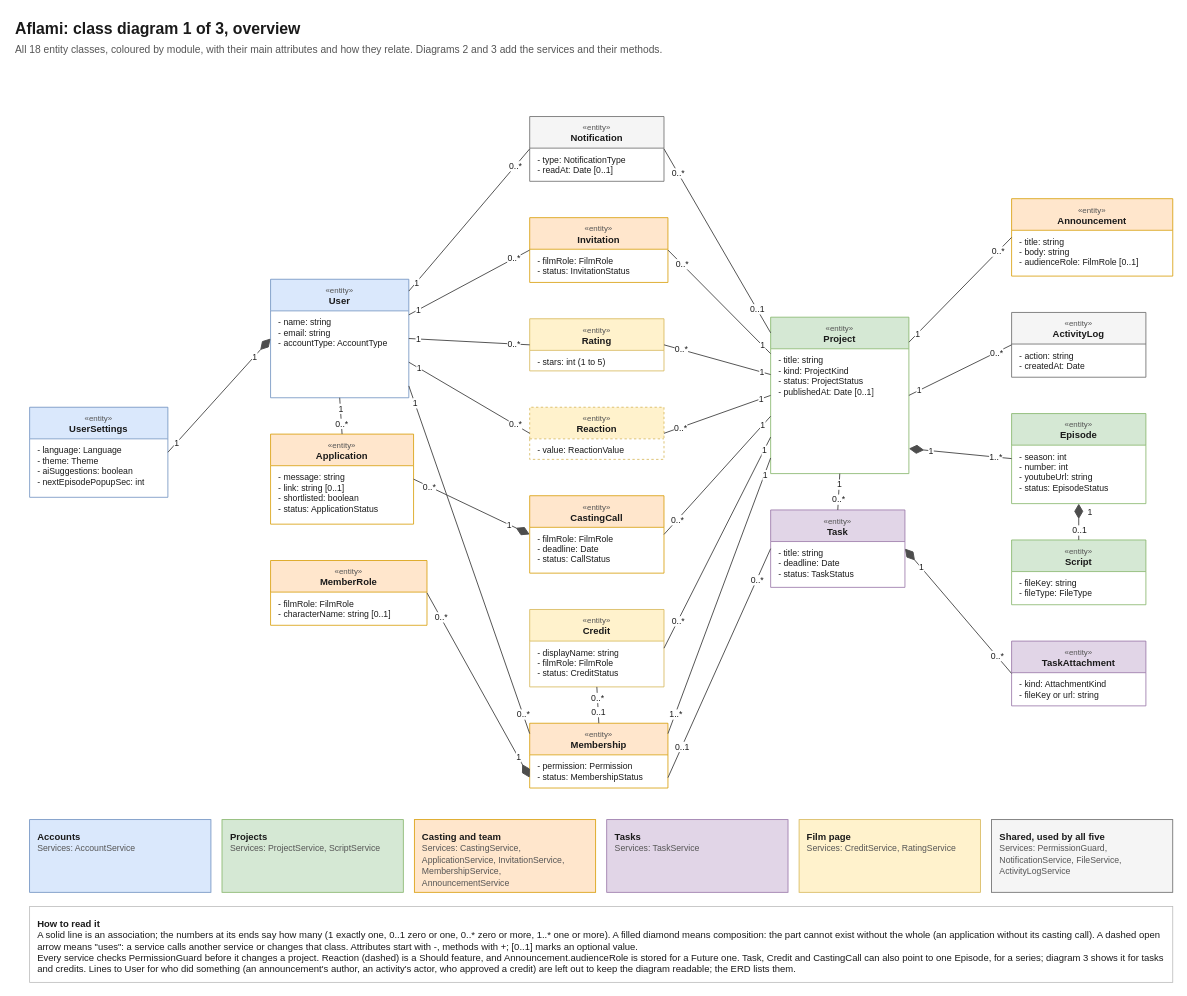
This is design/diagrams/Aflami_Class_Diagram.drawio from Anas-Azib/Aflami, a draw.io file, before an edit. Source tidied: cells renumbered, new cells numbered last; positions are measured from the earlier drawing's top-left corner, leaving out a move shared by most shapes. Both pictures are drawn from the tidied source at 79%, with x=0, y=0 at pixel (13, 13).
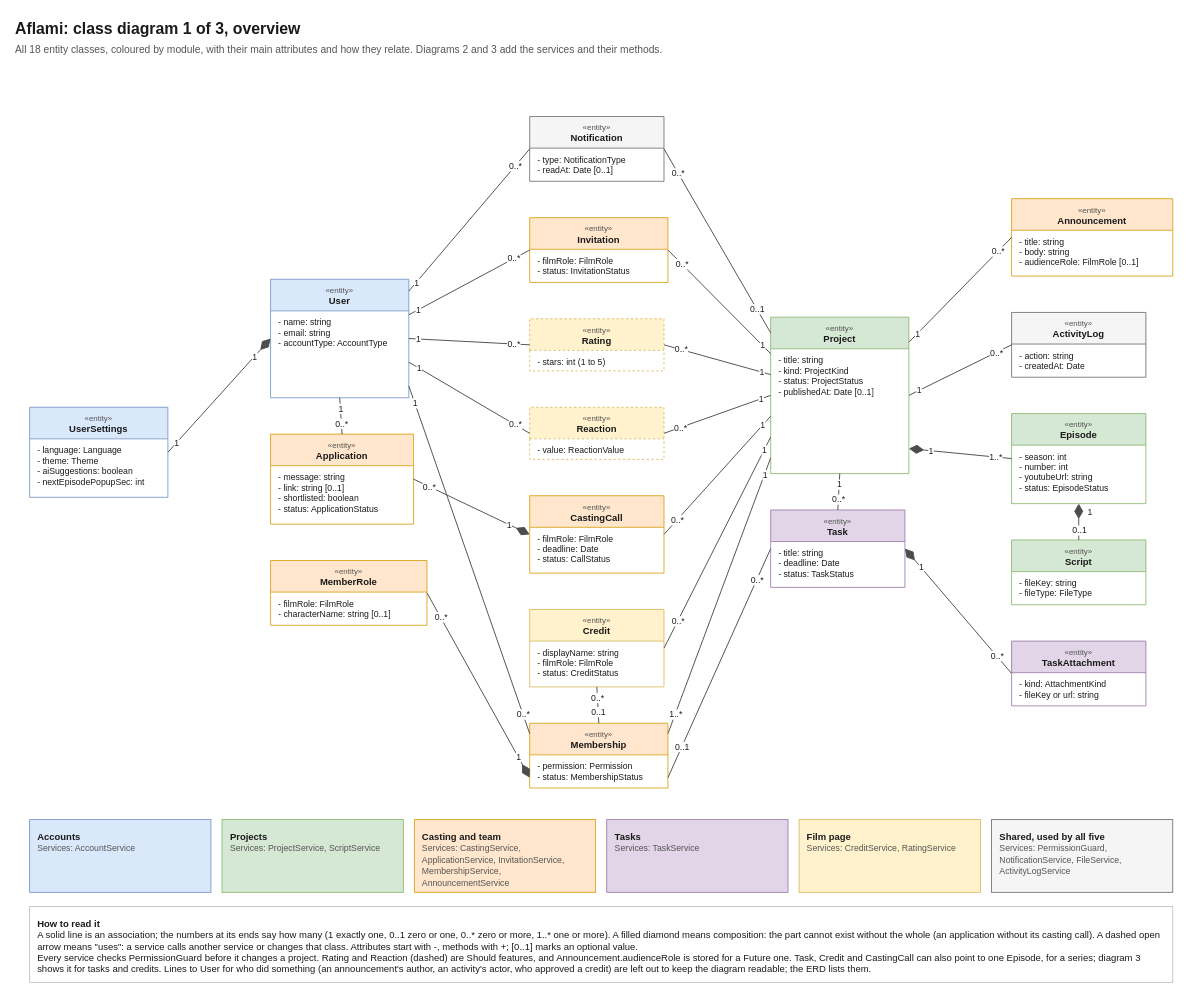
After the change.

What changed in the source:
```diff
@@
-    <mxCell id="35" value="&lt;font style=&quot;font-size: 10px;&quot; color=&quot;#555555&quot;&gt;«entity»&lt;/font&gt;&lt;br&gt;&lt;b&gt;Rating&lt;/b&gt;" style="swimlane;fontStyle=0;align=center;verticalAlign=top;horizontal=1;startSize=40;whiteSpace=wrap;html=1;fillColor=#FFF2CC;strokeColor=#D6B656;swimlaneFillColor=#FFFFFF;fontSize=12;fontColor=#1A1A1A;" parent="1" vertex="1">
+    <mxCell id="35" value="&lt;font style=&quot;font-size: 10px;&quot; color=&quot;#555555&quot;&gt;«entity»&lt;/font&gt;&lt;br&gt;&lt;b&gt;Rating&lt;/b&gt;" style="swimlane;fontStyle=0;align=center;verticalAlign=top;horizontal=1;startSize=40;whiteSpace=wrap;html=1;fillColor=#FFF2CC;strokeColor=#D6B656;swimlaneFillColor=#FFFFFF;fontSize=12;fontColor=#1A1A1A;dashed=1;" parent="1" vertex="1">
       <mxGeometry x="653" y="386" width="170" height="66" as="geometry" />
     </mxCell>
@@
-    <mxCell id="117" value="&lt;b&gt;How to read it&lt;/b&gt;&lt;br&gt;A solid line is an association; the numbers at its ends say how many (1 exactly one, 0..1 zero or one, 0..* zero or more, 1..* one or more). A filled diamond means composition: the part cannot exist without the whole (an application without its casting call). A dashed open arrow means &quot;uses&quot;: a service calls another service or changes that class. Attributes start with -, methods with +; [0..1] marks an optional value.&lt;br&gt;Every service checks PermissionGuard before it changes a project. Reaction (dashed) is a Should feature, and Announcement.audienceRole is stored for a Future one. Task, Credit and CastingCall can also point to one Episode, for a series; diagram 3 shows it for tasks and credits. Lines to User for who did something (an announcement's author, an activity's actor, who approved a credit) are left out to keep the diagram readable; the ERD lists them." style="rounded=0;whiteSpace=wrap;html=1;align=left;verticalAlign=top;spacing=10;fillColor=#FFFFFF;strokeColor=#BBBBBB;fontSize=12;fontColor=#1A1A1A;" parent="1" vertex="1">
+    <mxCell id="117" value="&lt;b&gt;How to read it&lt;/b&gt;&lt;br&gt;A solid line is an association; the numbers at its ends say how many (1 exactly one, 0..1 zero or one, 0..* zero or more, 1..* one or more). A filled diamond means composition: the part cannot exist without the whole (an application without its casting call). A dashed open arrow means &quot;uses&quot;: a service calls another service or changes that class. Attributes start with -, methods with +; [0..1] marks an optional value.&lt;br&gt;Every service checks PermissionGuard before it changes a project. Rating and Reaction (dashed) are Should features, and Announcement.audienceRole is stored for a Future one. Task, Credit and CastingCall can also point to one Episode, for a series; diagram 3 shows it for tasks and credits. Lines to User for who did something (an announcement's author, an activity's actor, who approved a credit) are left out to keep the diagram readable; the ERD lists them." style="rounded=0;whiteSpace=wrap;html=1;align=left;verticalAlign=top;spacing=10;fillColor=#FFFFFF;strokeColor=#BBBBBB;fontSize=12;fontColor=#1A1A1A;" parent="1" vertex="1">
       <mxGeometry x="20" y="1130" width="1447" height="96" as="geometry" />
     </mxCell>
```
